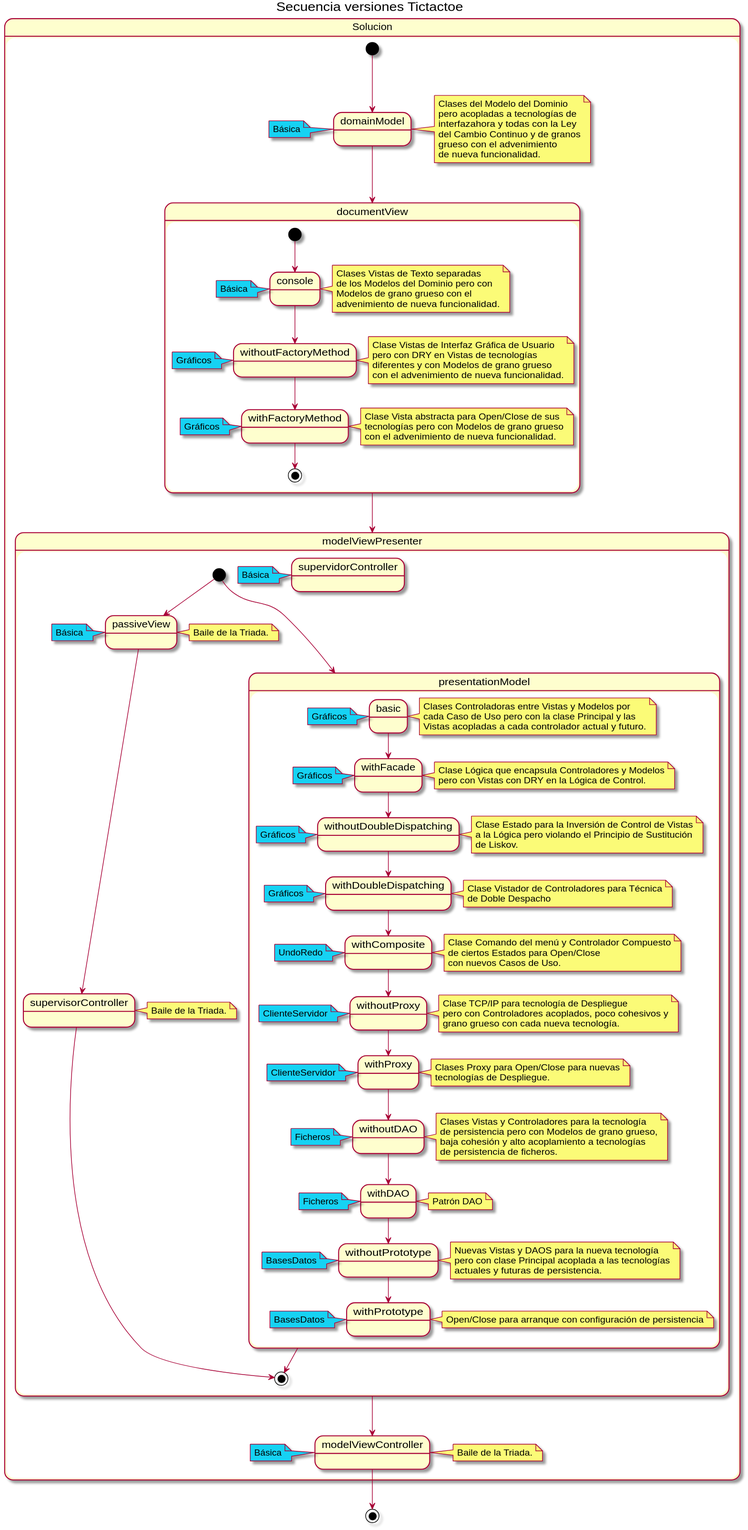
This is docs/diagrams/out/TicTacToe/TicTacToe.svg from Jolucaa/USantaTecla-project-ticTacToe, a PlantUML export, as it was before one commit.
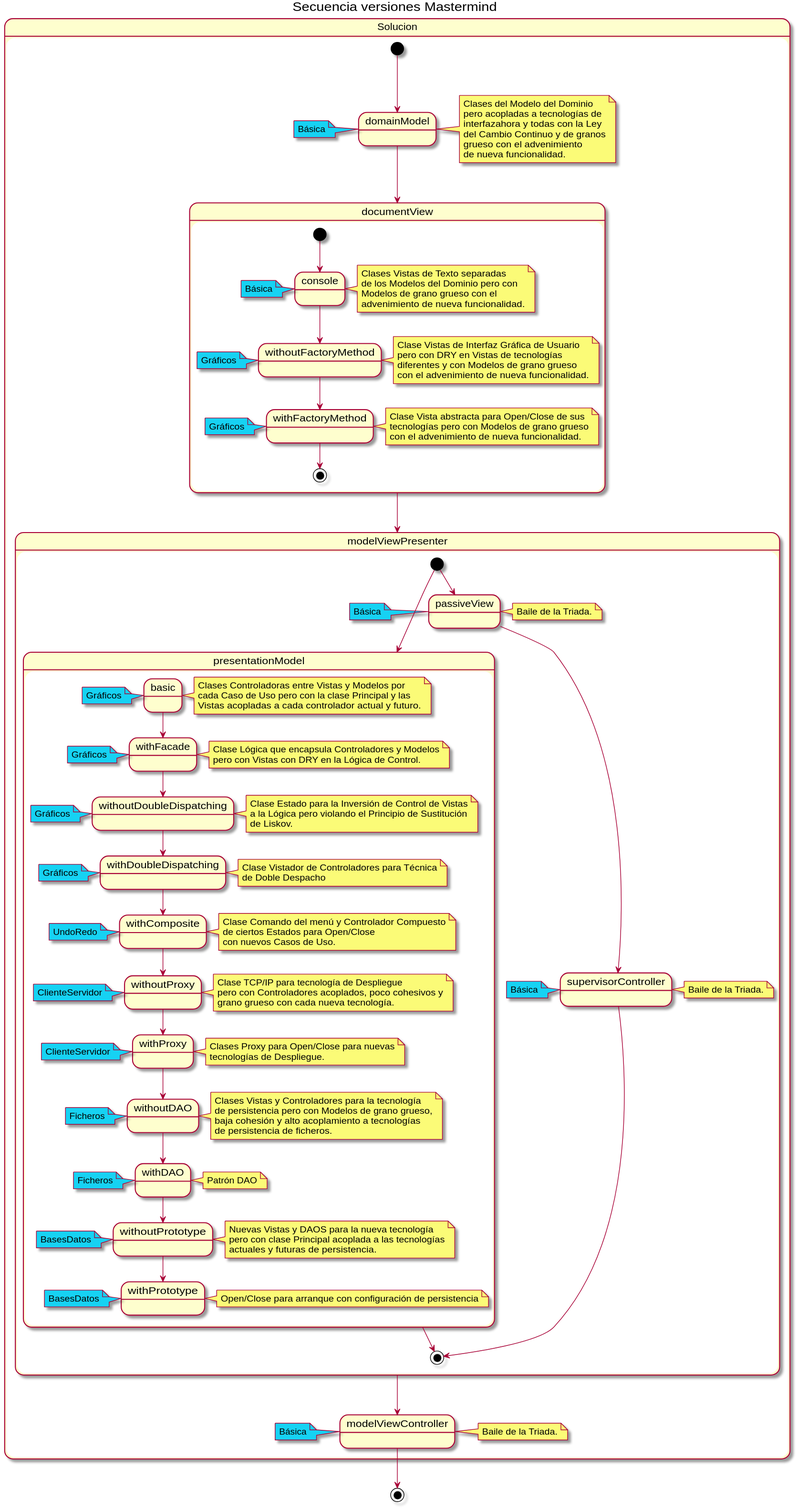
The same file after the commit.

The edit, as a diff of the source:
```diff
@@ -1,5 +1,5 @@
 @startuml
-title Secuencia versiones Tictactoe
+title Secuencia versiones Mastermind
 
 state Solucion {
 [*] --> domainModel
@@ -139,7 +139,7 @@
 state passiveView
 note right: Baile de la Triada.
 
- note left of supervidorController #15D2F3
+ note left of supervisorController #15D2F3
   Básica
 end note
 state supervisorController
```
